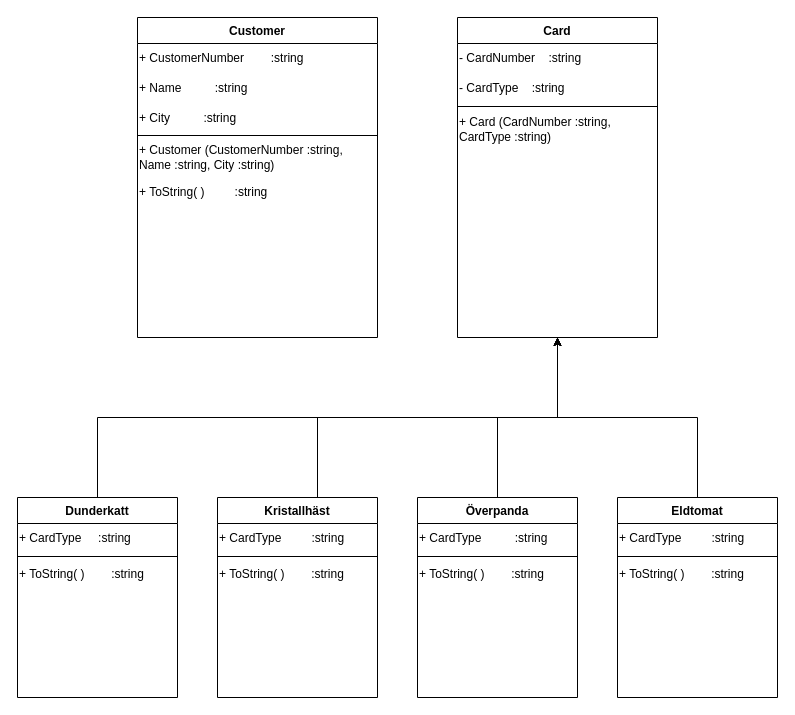
PBergstrom90/PBergstrom90 keeps this draw.io diagram as Guldkortet Klassdiagram.drawio. Above is the earlier version. Source tidied: cells renumbered, new cells numbered last; positions are measured from the earlier drawing's top-left corner, leaving out a move shared by most shapes. Both pictures are drawn from the tidied source at 100%, with x=0, y=0 at pixel (17, 17).
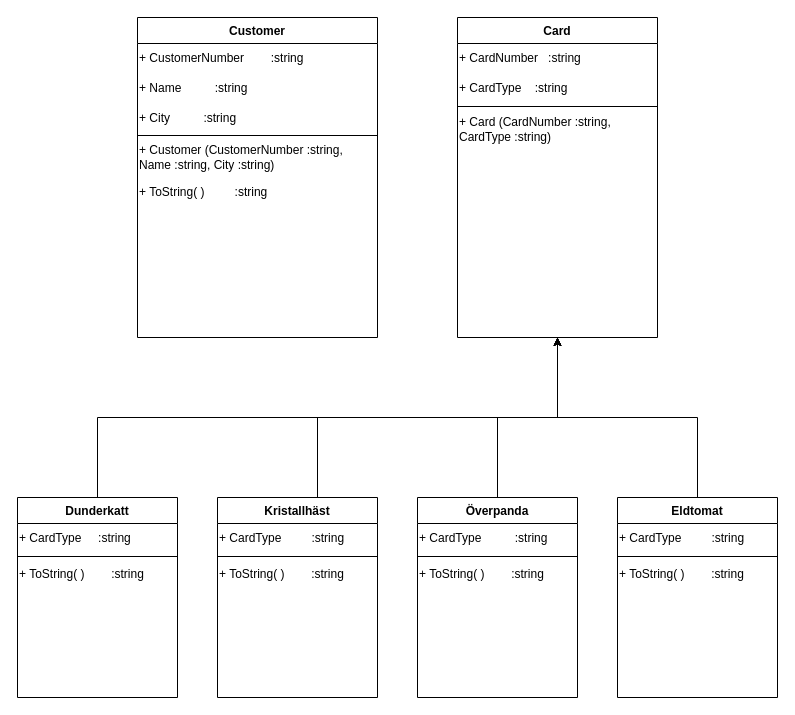
Above is the later version.

The change refers to these unchanged cells:
```xml
<mxCell id="9" value="Card" style="swimlane;fontStyle=1;align=center;verticalAlign=top;horizontal=1;startSize=26;rounded=0;shadow=0;strokeWidth=1;" parent="1" vertex="1">
  <mxGeometry x="440" width="200" height="320" as="geometry" />
</mxCell>
```

The edit, as a diff of the source:
```diff
@@
-    <mxCell id="10" value="- CardNumber&lt;span style=&quot;white-space: pre;&quot;&gt; &lt;/span&gt;&lt;span style=&quot;white-space: pre;&quot;&gt; &lt;/span&gt;&lt;span style=&quot;white-space: pre;&quot;&gt; &lt;/span&gt;&lt;span style=&quot;white-space: pre;&quot;&gt; &lt;/span&gt;:string" style="text;html=1;align=left;verticalAlign=middle;strokeColor=none;fillColor=none;" parent="9" vertex="1">
+    <mxCell id="10" value="+ CardNumber&lt;span style=&quot;white-space: pre;&quot;&gt; &lt;/span&gt;&lt;span style=&quot;white-space: pre;&quot;&gt; &lt;/span&gt;&lt;span style=&quot;white-space: pre;&quot;&gt; &lt;/span&gt;:string" style="text;html=1;align=left;verticalAlign=middle;strokeColor=none;fillColor=none;" parent="9" vertex="1">
       <mxGeometry y="26" width="200" height="30" as="geometry" />
     </mxCell>
-    <mxCell id="11" value="- CardType&lt;span style=&quot;white-space: pre;&quot;&gt; &lt;/span&gt;&lt;span style=&quot;white-space: pre;&quot;&gt; &lt;/span&gt;&lt;span style=&quot;white-space: pre;&quot;&gt; &lt;/span&gt;&lt;span style=&quot;white-space: pre;&quot;&gt; &lt;/span&gt;:string" style="text;html=1;align=left;verticalAlign=middle;strokeColor=none;fillColor=none;" parent="9" vertex="1">
+    <mxCell id="11" value="+ CardType&lt;span style=&quot;white-space: pre;&quot;&gt; &lt;/span&gt;&lt;span style=&quot;white-space: pre;&quot;&gt; &lt;/span&gt;&lt;span style=&quot;white-space: pre;&quot;&gt; &lt;/span&gt;&lt;span style=&quot;white-space: pre;&quot;&gt; &lt;/span&gt;:string" style="text;html=1;align=left;verticalAlign=middle;strokeColor=none;fillColor=none;" parent="9" vertex="1">
       <mxGeometry y="56" width="200" height="30" as="geometry" />
     </mxCell>
```
